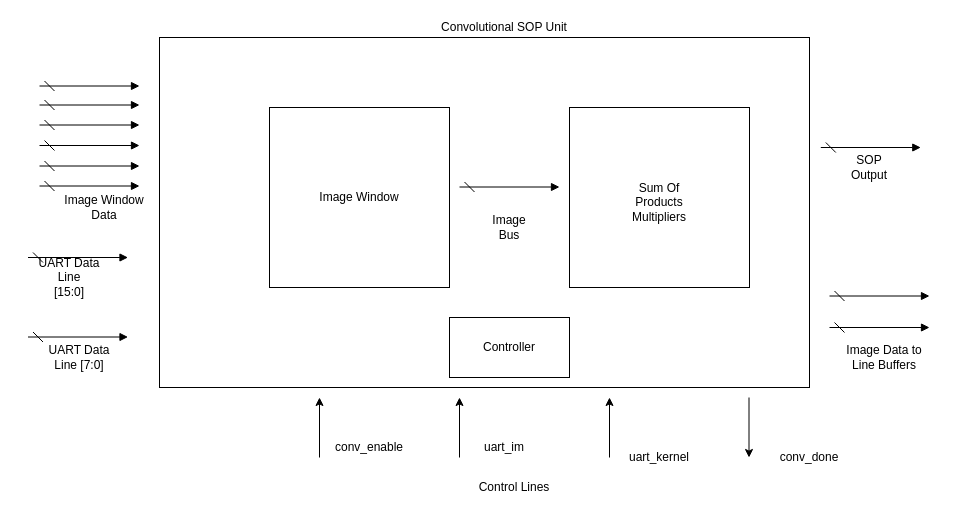
Earlier version of the draw.io diagram page "Page-1" (1 of 5) of FPGA_BD.drawio (DCNN-Accelerator/Block_Diagrams). Source tidied: cells renumbered, new cells numbered last; positions are measured from the earlier drawing's top-left corner, leaving out a move shared by most shapes. Both pictures are drawn from the tidied source at 100%, with x=0, y=0 at pixel (27, 17).
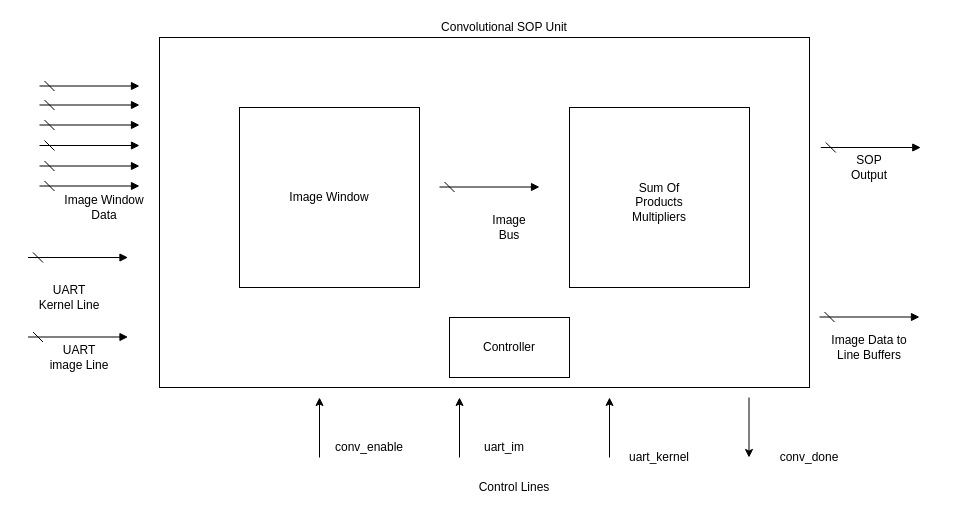
The same page after the edit.

Change to the diagram source:
```diff
@@
     <mxCell id="4" style="whiteSpace=wrap;html=1;" parent="1" vertex="1">
-      <mxGeometry x="242" y="90" width="180" height="180" as="geometry" />
+      <mxGeometry x="212" y="90" width="180" height="180" as="geometry" />
     </mxCell>
     <mxCell id="5" value="Image Window" style="text;html=1;strokeColor=none;fillColor=none;align=center;verticalAlign=middle;whiteSpace=wrap;rounded=0;" parent="1" vertex="1">
-      <mxGeometry x="252" y="170" width="160" height="20" as="geometry" />
+      <mxGeometry x="222" y="170" width="160" height="20" as="geometry" />
     </mxCell>
@@
     <mxCell id="17" style="startArrow=dash;startSize=8;endArrow=block;endFill=1;endSize=6;html=1;" parent="1" edge="1">
       <mxGeometry relative="1" as="geometry">
-        <mxPoint x="432" y="169.5" as="sourcePoint" />
-        <mxPoint x="532" y="169.5" as="targetPoint" />
+        <mxPoint x="412" y="169.5" as="sourcePoint" />
+        <mxPoint x="512" y="169.5" as="targetPoint" />
       </mxGeometry>
     </mxCell>
@@
-    <mxCell id="28" value="UART Data Line [7:0]" style="text;html=1;strokeColor=none;fillColor=none;align=center;verticalAlign=middle;whiteSpace=wrap;rounded=0;" parent="1" vertex="1">
+    <mxCell id="28" value="UART image Line" style="text;html=1;strokeColor=none;fillColor=none;align=center;verticalAlign=middle;whiteSpace=wrap;rounded=0;" parent="1" vertex="1">
       <mxGeometry x="17" y="330" width="70" height="20" as="geometry" />
     </mxCell>
@@
-    <mxCell id="31" style="startArrow=dash;startSize=8;endArrow=block;endFill=1;endSize=6;html=1;" parent="1" edge="1">
-      <mxGeometry relative="1" as="geometry">
-        <mxPoint x="802" y="278.5" as="sourcePoint" />
-        <mxPoint x="902" y="278.5" as="targetPoint" />
-      </mxGeometry>
-    </mxCell>
     <mxCell id="32" value="Image Data to Line Buffers" style="text;html=1;strokeColor=none;fillColor=none;align=center;verticalAlign=middle;whiteSpace=wrap;rounded=0;" parent="1" vertex="1">
-      <mxGeometry x="812" y="330" width="90" height="20" as="geometry" />
+      <mxGeometry x="797" y="320" width="90" height="20" as="geometry" />
     </mxCell>
-    <mxCell id="33" value="UART Data Line&lt;br&gt;[15:0]&lt;br&gt;" style="text;html=1;strokeColor=none;fillColor=none;align=center;verticalAlign=middle;whiteSpace=wrap;rounded=0;" parent="1" vertex="1">
-      <mxGeometry x="7" y="250" width="70" height="20" as="geometry" />
+    <mxCell id="33" value="UART Kernel Line" style="text;html=1;strokeColor=none;fillColor=none;align=center;verticalAlign=middle;whiteSpace=wrap;rounded=0;" parent="1" vertex="1">
+      <mxGeometry x="7" y="270" width="70" height="20" as="geometry" />
     </mxCell>
@@
     <mxCell id="35" style="startArrow=dash;startSize=8;endArrow=block;endFill=1;endSize=6;html=1;" parent="1" edge="1">
       <mxGeometry relative="1" as="geometry">
-        <mxPoint x="802" y="310" as="sourcePoint" />
-        <mxPoint x="902" y="310" as="targetPoint" />
+        <mxPoint x="792" y="299.5" as="sourcePoint" />
+        <mxPoint x="892" y="299.5" as="targetPoint" />
       </mxGeometry>
     </mxCell>
```
